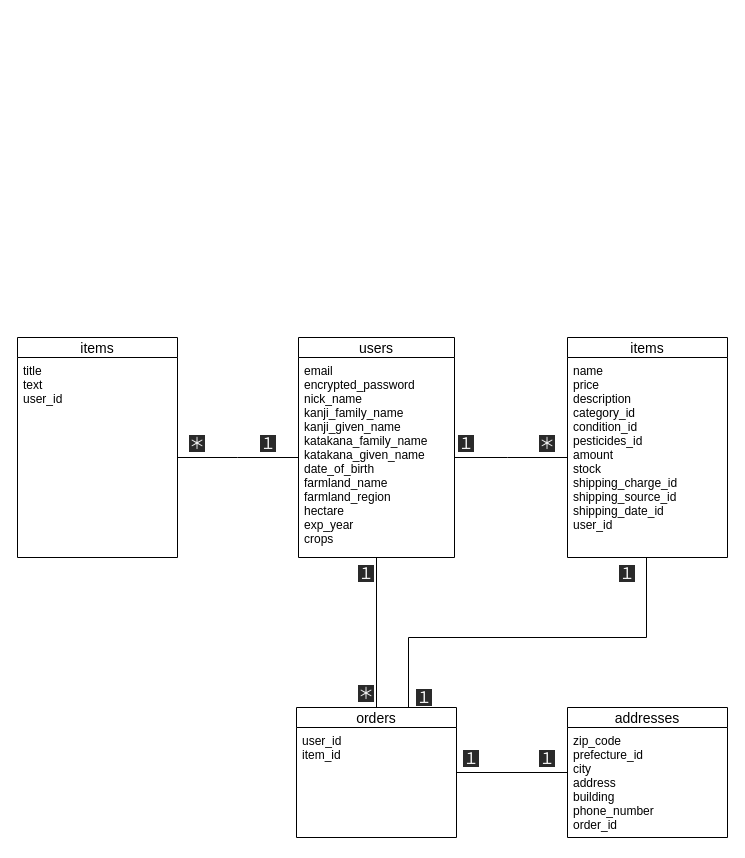
Before: ER.dio in mokamokononono/green_mart, a draw.io diagram. Source tidied: cells renumbered, new cells numbered last; positions are measured from the earlier drawing's top-left corner, leaving out a move shared by most shapes. Both pictures are drawn from the tidied source at 100%, with x=0, y=0 at pixel (17, 337).
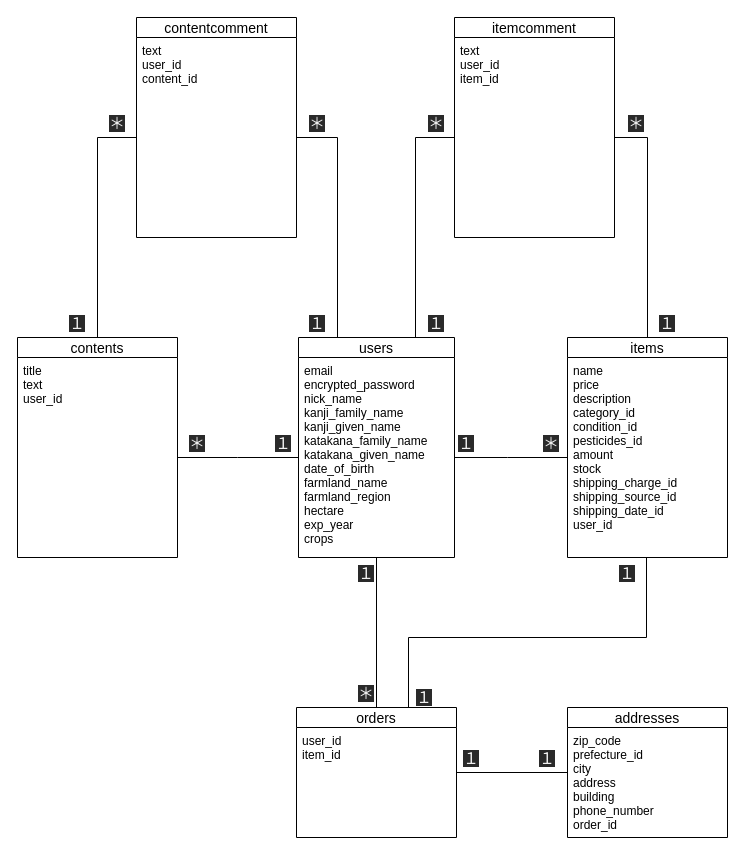
Above is the later version.

The change refers to these unchanged cells:
```xml
<mxCell id="4" value="users" style="swimlane;fontStyle=0;horizontal=1;startSize=20;align=center;fontSize=14;" parent="1" vertex="1">
  <mxGeometry x="281" width="156" height="220" as="geometry" />
</mxCell>
<mxCell id="6" value="items" style="swimlane;fontStyle=0;horizontal=1;startSize=20;align=center;fontSize=14;" parent="1" vertex="1">
  <mxGeometry x="550" width="160" height="220" as="geometry" />
</mxCell>
```

What changed in the source:
```diff
@@
     <mxCell id="12" value="&lt;span style=&quot;color: rgb(240, 240, 240); font-family: helvetica; font-size: 16px; font-style: normal; letter-spacing: normal; text-align: center; text-indent: 0px; text-transform: none; word-spacing: 0px; background-color: rgb(42, 42, 42); display: inline; float: none;&quot;&gt;＊&lt;/span&gt;" style="text;whiteSpace=wrap;html=1;fontStyle=0;fontSize=16;" parent="1" vertex="1">
-      <mxGeometry x="520" y="90" width="40" height="26" as="geometry" />
+      <mxGeometry x="524" y="90" width="40" height="26" as="geometry" />
     </mxCell>
@@
-    <mxCell id="20" value="items" style="swimlane;fontStyle=0;horizontal=1;startSize=20;align=center;fontSize=14;" parent="1" vertex="1">
+    <mxCell id="20" value="contents" style="swimlane;fontStyle=0;horizontal=1;startSize=20;align=center;fontSize=14;" parent="1" vertex="1">
       <mxGeometry width="160" height="220" as="geometry" />
     </mxCell>
@@
     <mxCell id="25" value="&lt;span style=&quot;color: rgb(240, 240, 240); font-family: helvetica; font-size: 16px; font-style: normal; letter-spacing: normal; text-align: center; text-indent: 0px; text-transform: none; word-spacing: 0px; background-color: rgb(42, 42, 42); display: inline; float: none;&quot;&gt;１&lt;/span&gt;" style="text;whiteSpace=wrap;html=1;fontStyle=0;fontSize=16;" parent="1" vertex="1">
-      <mxGeometry x="241" y="90" width="40" height="26" as="geometry" />
+      <mxGeometry x="256" y="90" width="40" height="26" as="geometry" />
     </mxCell>
@@
+    <mxCell id="27" value="contentcomment" style="swimlane;fontStyle=0;horizontal=1;startSize=20;align=center;fontSize=14;" parent="1" vertex="1">
+      <mxGeometry x="119" y="-320" width="160" height="220" as="geometry" />
+    </mxCell>
+    <mxCell id="28" value="text&#10;user_id&#10;content_id" style="text;strokeColor=none;fillColor=none;spacingLeft=4;spacingRight=4;overflow=hidden;points=[[0,0.5],[1,0.5]];portConstraint=eastwest;fontSize=12;" parent="27" vertex="1">
+      <mxGeometry y="20" width="160" height="200" as="geometry" />
+    </mxCell>
+    <mxCell id="29" value="itemcomment" style="swimlane;fontStyle=0;horizontal=1;startSize=20;align=center;fontSize=14;" parent="1" vertex="1">
+      <mxGeometry x="437" y="-320" width="160" height="220" as="geometry" />
+    </mxCell>
+    <mxCell id="30" value="text&#10;user_id&#10;item_id" style="text;strokeColor=none;fillColor=none;spacingLeft=4;spacingRight=4;overflow=hidden;points=[[0,0.5],[1,0.5]];portConstraint=eastwest;fontSize=12;" parent="29" vertex="1">
+      <mxGeometry y="20" width="160" height="200" as="geometry" />
+    </mxCell>
+    <mxCell id="31" style="edgeStyle=orthogonalEdgeStyle;rounded=0;jettySize=auto;html=1;endArrow=none;endFill=0;entryX=0;entryY=0.5;entryDx=0;entryDy=0;exitX=0.5;exitY=0;exitDx=0;exitDy=0;" parent="1" edge="1" source="20" target="28">
+      <mxGeometry relative="1" as="geometry">
+        <Array as="points">
+          <mxPoint x="80" y="-200" />
+        </Array>
+      </mxGeometry>
+    </mxCell>
+    <mxCell id="32" style="edgeStyle=orthogonalEdgeStyle;rounded=0;jettySize=auto;html=1;endArrow=none;endFill=0;entryX=1;entryY=0.5;entryDx=0;entryDy=0;exitX=0.5;exitY=0;exitDx=0;exitDy=0;" parent="1" edge="1" source="6" target="30">
+      <mxGeometry relative="1" as="geometry">
+        <Array as="points">
+          <mxPoint x="630" y="-200" />
+        </Array>
+      </mxGeometry>
+    </mxCell>
+    <mxCell id="33" style="edgeStyle=orthogonalEdgeStyle;rounded=0;jettySize=auto;html=1;endArrow=none;endFill=0;entryX=1;entryY=0.5;entryDx=0;entryDy=0;exitX=0.25;exitY=0;exitDx=0;exitDy=0;" parent="1" edge="1" source="4" target="28">
+      <mxGeometry relative="1" as="geometry">
+        <Array as="points">
+          <mxPoint x="320" y="-200" />
+        </Array>
+      </mxGeometry>
+    </mxCell>
+    <mxCell id="34" style="edgeStyle=orthogonalEdgeStyle;rounded=0;jettySize=auto;html=1;endArrow=none;endFill=0;entryX=0;entryY=0.5;entryDx=0;entryDy=0;exitX=0.75;exitY=0;exitDx=0;exitDy=0;" parent="1" edge="1" source="4" target="30">
+      <mxGeometry relative="1" as="geometry">
+        <Array as="points">
+          <mxPoint x="398" y="-200" />
+        </Array>
+      </mxGeometry>
+    </mxCell>
+    <mxCell id="35" value="&lt;span style=&quot;color: rgb(240, 240, 240); font-family: helvetica; font-size: 16px; font-style: normal; letter-spacing: normal; text-align: center; text-indent: 0px; text-transform: none; word-spacing: 0px; background-color: rgb(42, 42, 42); display: inline; float: none;&quot;&gt;１&lt;/span&gt;" style="text;whiteSpace=wrap;html=1;fontStyle=0;fontSize=16;" parent="1" vertex="1">
+      <mxGeometry x="290" y="-30" width="40" height="26" as="geometry" />
+    </mxCell>
+    <mxCell id="36" value="&lt;span style=&quot;color: rgb(240, 240, 240); font-family: helvetica; font-size: 16px; font-style: normal; letter-spacing: normal; text-align: center; text-indent: 0px; text-transform: none; word-spacing: 0px; background-color: rgb(42, 42, 42); display: inline; float: none;&quot;&gt;１&lt;/span&gt;" style="text;whiteSpace=wrap;html=1;fontStyle=0;fontSize=16;" parent="1" vertex="1">
+      <mxGeometry x="50" y="-30" width="40" height="26" as="geometry" />
+    </mxCell>
+    <mxCell id="37" value="&lt;span style=&quot;color: rgb(240, 240, 240); font-family: helvetica; font-size: 16px; font-style: normal; letter-spacing: normal; text-align: center; text-indent: 0px; text-transform: none; word-spacing: 0px; background-color: rgb(42, 42, 42); display: inline; float: none;&quot;&gt;１&lt;/span&gt;" style="text;whiteSpace=wrap;html=1;fontStyle=0;fontSize=16;" parent="1" vertex="1">
+      <mxGeometry x="409" y="-30" width="40" height="26" as="geometry" />
+    </mxCell>
+    <mxCell id="38" value="&lt;span style=&quot;color: rgb(240, 240, 240); font-family: helvetica; font-size: 16px; font-style: normal; letter-spacing: normal; text-align: center; text-indent: 0px; text-transform: none; word-spacing: 0px; background-color: rgb(42, 42, 42); display: inline; float: none;&quot;&gt;１&lt;/span&gt;" style="text;whiteSpace=wrap;html=1;fontStyle=0;fontSize=16;" parent="1" vertex="1">
+      <mxGeometry x="640" y="-30" width="40" height="26" as="geometry" />
+    </mxCell>
+    <mxCell id="39" value="&lt;span style=&quot;color: rgb(240, 240, 240); font-family: helvetica; font-size: 16px; font-style: normal; letter-spacing: normal; text-align: center; text-indent: 0px; text-transform: none; word-spacing: 0px; background-color: rgb(42, 42, 42); display: inline; float: none;&quot;&gt;＊&lt;/span&gt;" style="text;whiteSpace=wrap;html=1;fontStyle=0;fontSize=16;" parent="1" vertex="1">
+      <mxGeometry x="90" y="-230" width="40" height="26" as="geometry" />
+    </mxCell>
+    <mxCell id="40" value="&lt;span style=&quot;color: rgb(240, 240, 240); font-family: helvetica; font-size: 16px; font-style: normal; letter-spacing: normal; text-align: center; text-indent: 0px; text-transform: none; word-spacing: 0px; background-color: rgb(42, 42, 42); display: inline; float: none;&quot;&gt;＊&lt;/span&gt;" style="text;whiteSpace=wrap;html=1;fontStyle=0;fontSize=16;" parent="1" vertex="1">
+      <mxGeometry x="290" y="-230" width="40" height="26" as="geometry" />
+    </mxCell>
+    <mxCell id="41" value="&lt;span style=&quot;color: rgb(240, 240, 240); font-family: helvetica; font-size: 16px; font-style: normal; letter-spacing: normal; text-align: center; text-indent: 0px; text-transform: none; word-spacing: 0px; background-color: rgb(42, 42, 42); display: inline; float: none;&quot;&gt;＊&lt;/span&gt;" style="text;whiteSpace=wrap;html=1;fontStyle=0;fontSize=16;" parent="1" vertex="1">
+      <mxGeometry x="409" y="-230" width="40" height="26" as="geometry" />
+    </mxCell>
+    <mxCell id="42" value="&lt;span style=&quot;color: rgb(240, 240, 240); font-family: helvetica; font-size: 16px; font-style: normal; letter-spacing: normal; text-align: center; text-indent: 0px; text-transform: none; word-spacing: 0px; background-color: rgb(42, 42, 42); display: inline; float: none;&quot;&gt;＊&lt;/span&gt;" style="text;whiteSpace=wrap;html=1;fontStyle=0;fontSize=16;" parent="1" vertex="1">
+      <mxGeometry x="609" y="-230" width="40" height="26" as="geometry" />
+    </mxCell>
```
